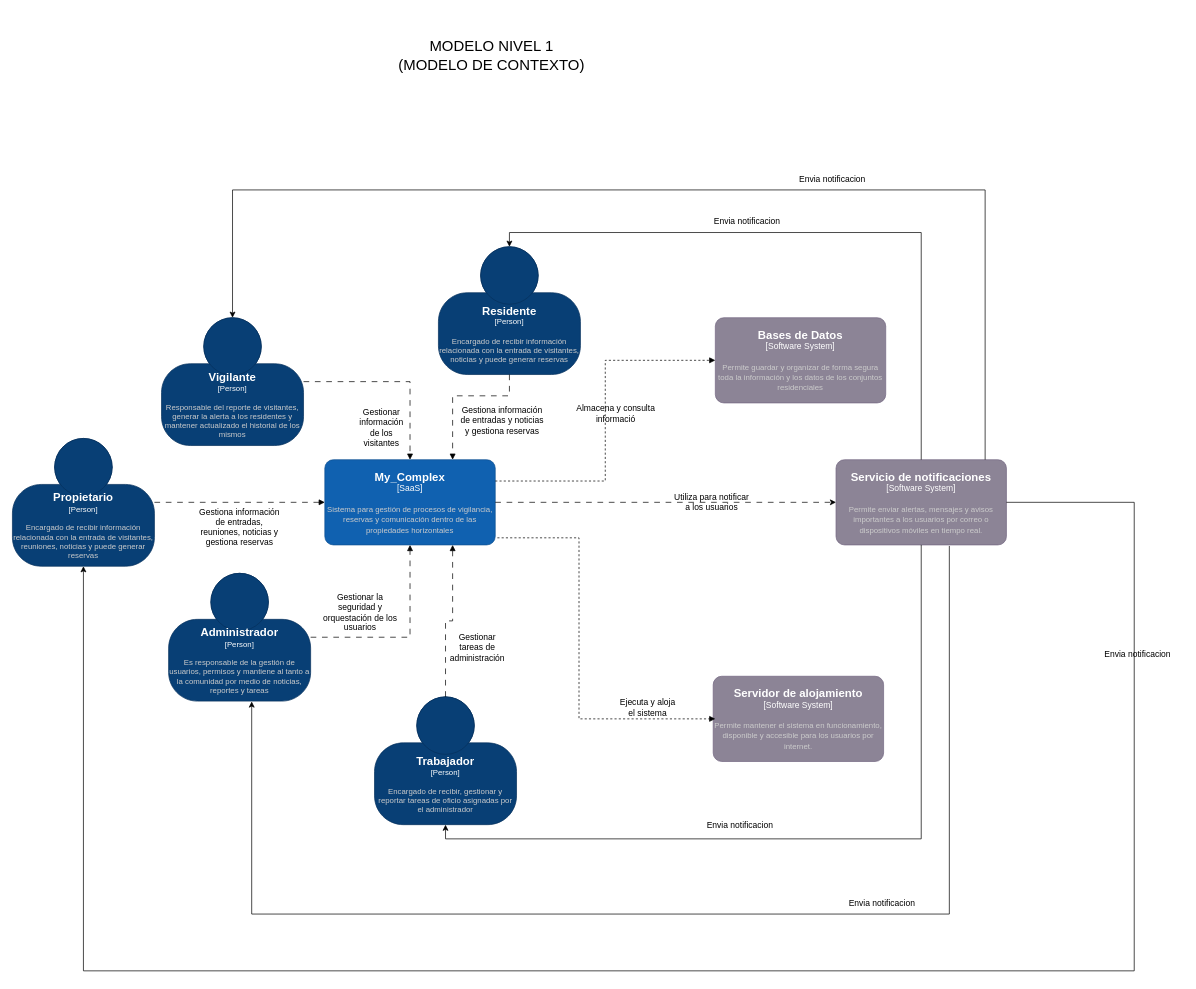
Before: Modelo_de_contexto.drawio in 3st3b4nR/Documentacion_My_Complex, a draw.io diagram. Source tidied: cells renumbered, new cells numbered last; positions are measured from the earlier drawing's top-left corner, leaving out a move shared by most shapes. Both pictures are drawn from the tidied source at 71%, with x=0, y=0 at pixel (12, 12).
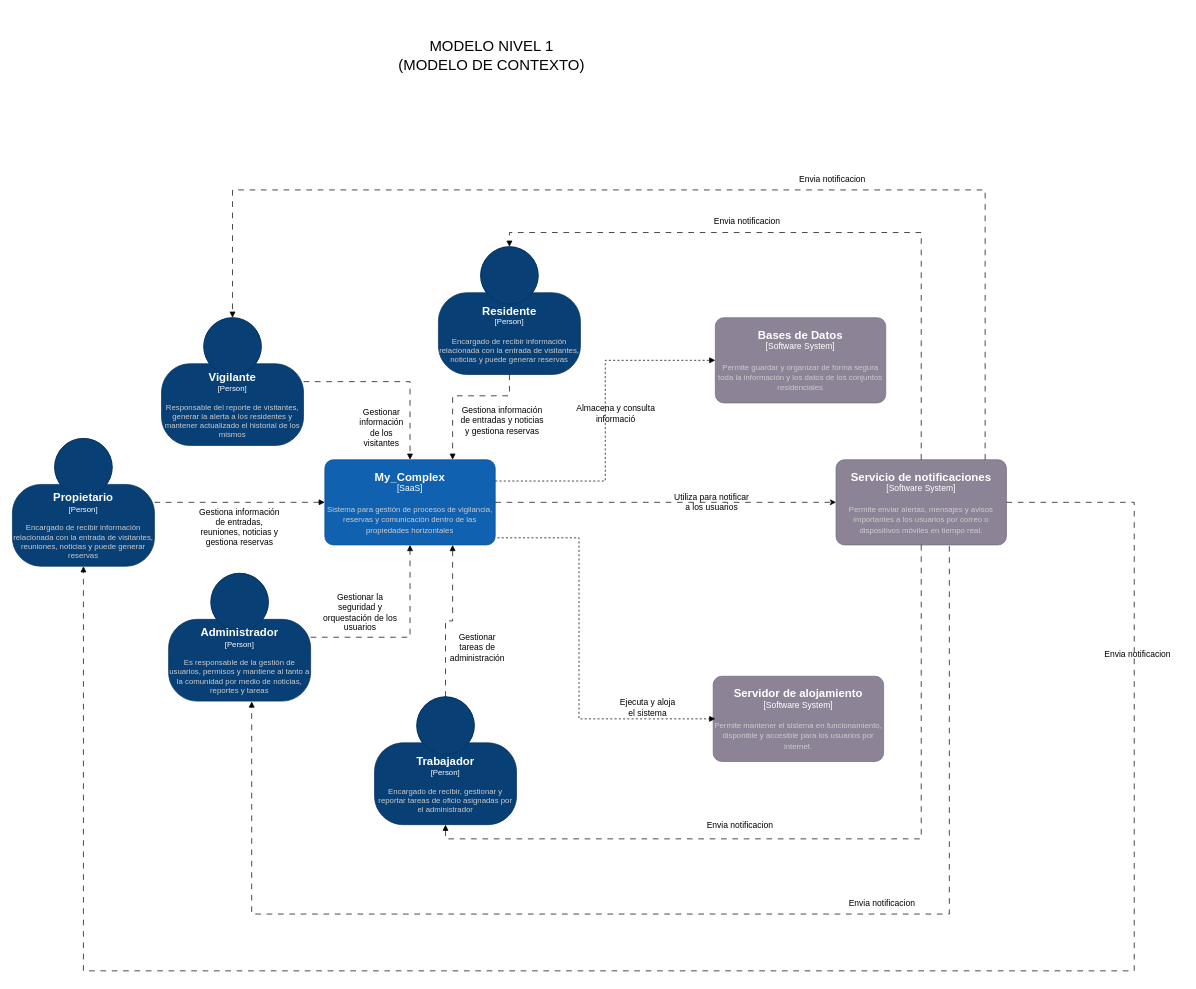
Above is the later version.

The change refers to these unchanged cells:
```xml
<object id="3" label="&lt;font style=&quot;font-size: 16px&quot;&gt;&lt;b&gt;%c4Name%&lt;/b&gt;&lt;/font&gt;&lt;div&gt;[%c4Type%]&lt;/div&gt;&lt;br&gt;&lt;div&gt;&lt;font style=&quot;font-size: 11px&quot;&gt;&lt;font color=&quot;#cccccc&quot;&gt;%c4Description%&lt;/font&gt;&lt;/div&gt;" c4Description="Responsable del reporte de visitantes, generar la alerta a los residentes y mantener actualizado el historial de los mismos" c4Name="Vigilante" c4Type="Person" placeholders="1">
  <mxCell style="html=1;fontSize=11;dashed=0;whiteSpace=wrap;fillColor=#083F75;strokeColor=#06315C;fontColor=#ffffff;shape=mxgraph.c4.person2;align=center;points=[[0.5,0,0],[1,0.5,0],[1,0.75,0],[0.75,1,0],[0.5,1,0],[0.25,1,0],[0,0.75,0],[0,0.5,0]];" parent="1" vertex="1">
    <mxGeometry x="210" y="430" width="200" height="180" as="geometry" />
  </mxCell>
</object>
<object id="6" label="&lt;font style=&quot;font-size: 16px&quot;&gt;&lt;b&gt;%c4Name%&lt;/b&gt;&lt;/font&gt;&lt;div&gt;[%c4Type%]&lt;/div&gt;&lt;br&gt;&lt;div&gt;&lt;font style=&quot;font-size: 11px&quot;&gt;&lt;font color=&quot;#cccccc&quot;&gt;%c4Description%&lt;/font&gt;&lt;/div&gt;" c4Description="Es responsable de la gestión de usuarios, permisos y mantiene al tanto a la comunidad por medio de noticias, reportes y tareas" c4Name="Administrador" c4Type="Person" placeholders="1">
  <mxCell style="html=1;fontSize=11;dashed=0;whiteSpace=wrap;fillColor=#083F75;strokeColor=#06315C;fontColor=#ffffff;shape=mxgraph.c4.person2;align=center;points=[[0.5,0,0],[1,0.5,0],[1,0.75,0],[0.75,1,0],[0.5,1,0],[0.25,1,0],[0,0.75,0],[0,0.5,0]];" parent="1" vertex="1">
    <mxGeometry x="220" y="790" width="200" height="180" as="geometry" />
  </mxCell>
</object>
<object id="9" label="&lt;font style=&quot;font-size: 16px&quot;&gt;&lt;b&gt;%c4Name%&lt;/b&gt;&lt;/font&gt;&lt;div&gt;[%c4Type%]&lt;/div&gt;&lt;br&gt;&lt;div&gt;&lt;font style=&quot;font-size: 11px&quot;&gt;&lt;font color=&quot;#cccccc&quot;&gt;%c4Description%&lt;/font&gt;&lt;/div&gt;" c4Description="Permite enviar alertas, mensajes y avisos importantes a los usuarios por correo o dispositivos móviles en tiempo real." c4Name="Servicio de notificaciones" c4Type="Software System" placeholders="1">
  <mxCell style="rounded=1;whiteSpace=wrap;html=1;labelBackgroundColor=none;fillColor=#8C8496;fontColor=#ffffff;align=center;arcSize=10;strokeColor=#736782;points=[[0.25,0,0],[0.5,0,0],[0.75,0,0],[1,0.25,0],[1,0.5,0],[1,0.75,0],[0.75,1,0],[0.5,1,0],[0.25,1,0],[0,0.75,0],[0,0.5,0],[0,0.25,0]];" parent="1" vertex="1">
    <mxGeometry x="1160" y="630" width="240" height="120" as="geometry" />
  </mxCell>
</object>
<object id="12" label="&lt;font style=&quot;font-size: 16px&quot;&gt;&lt;b&gt;%c4Name%&lt;/b&gt;&lt;/font&gt;&lt;div&gt;[%c4Type%]&lt;/div&gt;&lt;br&gt;&lt;div&gt;&lt;font style=&quot;font-size: 11px&quot;&gt;&lt;font color=&quot;#cccccc&quot;&gt;%c4Description%&lt;/font&gt;&lt;/div&gt;" c4Description="Encargado de recibir información relacionada con la entrada de visitantes, reuniones, noticias y puede generar reservas" c4Name="Propietario" c4Type="Person" placeholders="1">
  <mxCell style="html=1;fontSize=11;dashed=0;whiteSpace=wrap;fillColor=#083F75;strokeColor=#06315C;fontColor=#ffffff;shape=mxgraph.c4.person2;align=center;points=[[0.5,0,0],[1,0.5,0],[1,0.75,0],[0.75,1,0],[0.5,1,0],[0.25,1,0],[0,0.75,0],[0,0.5,0]];" parent="1" vertex="1">
    <mxGeometry y="600" width="200" height="180" as="geometry" />
  </mxCell>
</object>
<object id="15" label="&lt;font style=&quot;font-size: 16px&quot;&gt;&lt;b&gt;%c4Name%&lt;/b&gt;&lt;/font&gt;&lt;div&gt;[%c4Type%]&lt;/div&gt;&lt;br&gt;&lt;div&gt;&lt;font style=&quot;font-size: 11px&quot;&gt;&lt;font color=&quot;#cccccc&quot;&gt;%c4Description%&lt;/font&gt;&lt;/div&gt;" c4Description="Encargado de recibir información relacionada con la entrada de visitantes, noticias y puede generar reservas" c4Name="Residente" c4Type="Person" placeholders="1">
  <mxCell style="html=1;fontSize=11;dashed=0;whiteSpace=wrap;fillColor=#083F75;strokeColor=#06315C;fontColor=#ffffff;shape=mxgraph.c4.person2;align=center;points=[[0.5,0,0],[1,0.5,0],[1,0.75,0],[0.75,1,0],[0.5,1,0],[0.25,1,0],[0,0.75,0],[0,0.5,0]];" parent="1" vertex="1">
    <mxGeometry x="600" y="330" width="200" height="180" as="geometry" />
  </mxCell>
</object>
<object id="18" label="&lt;font style=&quot;font-size: 16px&quot;&gt;&lt;b&gt;%c4Name%&lt;/b&gt;&lt;/font&gt;&lt;div&gt;[%c4Type%]&lt;/div&gt;&lt;br&gt;&lt;div&gt;&lt;font style=&quot;font-size: 11px&quot;&gt;&lt;font color=&quot;#cccccc&quot;&gt;%c4Description%&lt;/font&gt;&lt;/div&gt;" c4Description="Encargado de recibir, gestionar y reportar tareas de oficio asignadas por el administrador" c4Name="Trabajador" c4Type="Person" placeholders="1">
  <mxCell style="html=1;fontSize=11;dashed=0;whiteSpace=wrap;fillColor=#083F75;strokeColor=#06315C;fontColor=#ffffff;shape=mxgraph.c4.person2;align=center;points=[[0.5,0,0],[1,0.5,0],[1,0.75,0],[0.75,1,0],[0.5,1,0],[0.25,1,0],[0,0.75,0],[0,0.5,0]];" parent="1" vertex="1">
    <mxGeometry x="510" y="964" width="200" height="180" as="geometry" />
  </mxCell>
</object>
```

What changed in the source:
```diff
@@
-    <mxCell id="28" style="edgeStyle=orthogonalEdgeStyle;rounded=0;jettySize=auto;html=1;entryX=0.5;entryY=1;entryDx=0;entryDy=0;entryPerimeter=0;exitX=0.5;exitY=1;exitDx=0;exitDy=0;exitPerimeter=0;" parent="1" edge="1" source="9" target="18">
+    <mxCell id="28" style="edgeStyle=orthogonalEdgeStyle;rounded=0;jettySize=auto;html=1;entryX=0.5;entryY=1;entryDx=0;entryDy=0;entryPerimeter=0;exitX=0.5;exitY=1;exitDx=0;exitDy=0;exitPerimeter=0;dashed=1;dashPattern=8 8;endArrow=block;endFill=1;" parent="1" edge="1" source="9" target="18">
       <mxGeometry relative="1" as="geometry">
         <Array as="points">
           <mxPoint x="1280" y="1164" />
           <mxPoint x="610" y="1164" />
         </Array>
       </mxGeometry>
     </mxCell>
-    <mxCell id="29" style="edgeStyle=orthogonalEdgeStyle;rounded=0;jettySize=auto;html=1;entryX=0.585;entryY=1.003;entryDx=0;entryDy=0;entryPerimeter=0;exitX=0.665;exitY=1.012;exitDx=0;exitDy=0;exitPerimeter=0;" parent="1" edge="1" source="9" target="6">
+    <mxCell id="29" style="edgeStyle=orthogonalEdgeStyle;rounded=0;jettySize=auto;html=1;entryX=0.585;entryY=1.003;entryDx=0;entryDy=0;entryPerimeter=0;exitX=0.665;exitY=1.012;exitDx=0;exitDy=0;exitPerimeter=0;dashed=1;dashPattern=8 8;endArrow=block;endFill=1;" parent="1" edge="1" source="9" target="6">
       <mxGeometry relative="1" as="geometry">
         <Array as="points">
           <mxPoint x="1319.7" y="1269.9" />
           <mxPoint x="336.9" y="1269.9" />
         </Array>
       </mxGeometry>
     </mxCell>
-    <mxCell id="30" style="edgeStyle=orthogonalEdgeStyle;rounded=0;jettySize=auto;html=1;entryX=0.5;entryY=1;entryDx=0;entryDy=0;entryPerimeter=0;" parent="1" edge="1" source="9" target="12">
+    <mxCell id="30" style="edgeStyle=orthogonalEdgeStyle;rounded=0;jettySize=auto;html=1;entryX=0.5;entryY=1;entryDx=0;entryDy=0;entryPerimeter=0;dashed=1;dashPattern=8 8;endArrow=block;endFill=1;" parent="1" edge="1" source="9" target="12">
       <mxGeometry relative="1" as="geometry">
         <Array as="points">
           <mxPoint x="1580" y="689.9" />
           <mxPoint x="1580" y="1349.9" />
           <mxPoint x="100" y="1349.9" />
         </Array>
       </mxGeometry>
     </mxCell>
-    <mxCell id="31" style="edgeStyle=orthogonalEdgeStyle;rounded=0;jettySize=auto;html=1;entryX=0.5;entryY=0;entryDx=0;entryDy=0;entryPerimeter=0;exitX=0.5;exitY=0;exitDx=0;exitDy=0;exitPerimeter=0;" parent="1" edge="1" source="9" target="15">
+    <mxCell id="31" style="edgeStyle=orthogonalEdgeStyle;rounded=0;jettySize=auto;html=1;entryX=0.5;entryY=0;entryDx=0;entryDy=0;entryPerimeter=0;exitX=0.5;exitY=0;exitDx=0;exitDy=0;exitPerimeter=0;dashed=1;dashPattern=8 8;endArrow=block;endFill=1;" parent="1" edge="1" source="9" target="15">
       <mxGeometry relative="1" as="geometry" />
     </mxCell>
-    <mxCell id="32" style="edgeStyle=orthogonalEdgeStyle;rounded=0;jettySize=auto;html=1;entryX=0.5;entryY=0;entryDx=0;entryDy=0;entryPerimeter=0;" parent="1" edge="1" source="9" target="3">
+    <mxCell id="32" style="edgeStyle=orthogonalEdgeStyle;rounded=0;jettySize=auto;html=1;entryX=0.5;entryY=0;entryDx=0;entryDy=0;entryPerimeter=0;dashed=1;dashPattern=8 8;endArrow=block;endFill=1;" parent="1" edge="1" source="9" target="3">
       <mxGeometry relative="1" as="geometry">
         <Array as="points">
           <mxPoint x="1370" y="250" />
           <mxPoint x="310" y="250" />
         </Array>
       </mxGeometry>
     </mxCell>
```
